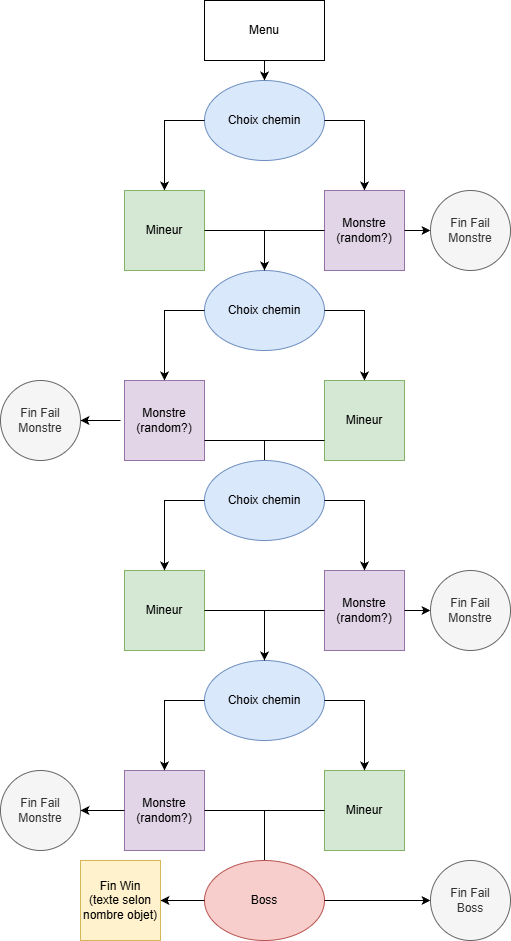
The draw.io diagram plan.png in Hulgodoo/TheCave, before a commit. Source tidied: cells renumbered, new cells last; positions are measured from the earlier drawing's top-left corner, leaving out a move shared by most shapes.
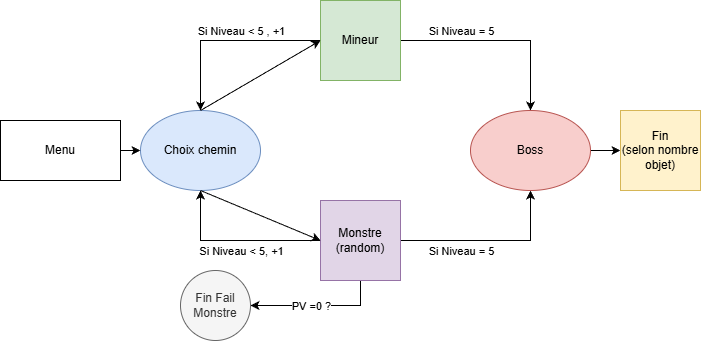
The same diagram one commit later.

Commit message:
simplification du plan

Diff of the diagram source:
```diff
@@ -3,214 +3,73 @@
     <mxCell id="0" />
     <mxCell id="1" parent="0" />
     <mxCell id="2" value="Menu" style="rounded=0;whiteSpace=wrap;html=1;direction=east;" parent="1" vertex="1">
-      <mxGeometry x="204" width="120" height="60" as="geometry" />
+      <mxGeometry x="-100" y="130" width="120" height="60" as="geometry" />
     </mxCell>
     <mxCell id="3" value="Choix chemin" style="ellipse;whiteSpace=wrap;html=1;fillColor=#dae8fc;strokeColor=#6c8ebf;direction=east;" parent="1" vertex="1">
-      <mxGeometry x="204" y="80" width="120" height="80" as="geometry" />
+      <mxGeometry x="40" y="120" width="120" height="80" as="geometry" />
     </mxCell>
+    <mxCell id="45" style="edgeStyle=orthogonalEdgeStyle;rounded=0;jettySize=auto;html=1;exitX=0;exitY=0.5;exitDx=0;exitDy=0;entryX=0.5;entryY=0;entryDx=0;entryDy=0;" parent="1" edge="1" source="4" target="3">
+      <mxGeometry relative="1" as="geometry" />
+    </mxCell>
+    <mxCell id="46" value="Si Niveau &amp;lt; 5 , +1" style="edgeLabel;html=1;align=center;verticalAlign=middle;" parent="45" vertex="1">
+      <mxGeometry x="0.18" y="-1" relative="1" as="geometry">
+        <mxPoint x="32" y="-9" as="offset" />
+      </mxGeometry>
+    </mxCell>
+    <mxCell id="47" style="edgeStyle=orthogonalEdgeStyle;rounded=0;jettySize=auto;html=1;exitX=1;exitY=0.5;exitDx=0;exitDy=0;entryX=0.5;entryY=0;entryDx=0;entryDy=0;" parent="1" edge="1" source="4" target="28">
+      <mxGeometry relative="1" as="geometry" />
+    </mxCell>
+    <mxCell id="48" value="Si Niveau = 5" style="edgeLabel;html=1;align=center;verticalAlign=middle;" parent="47" vertex="1">
+      <mxGeometry x="-0.63" y="1" relative="1" as="geometry">
+        <mxPoint x="23" y="-9" as="offset" />
+      </mxGeometry>
+    </mxCell>
     <mxCell id="4" value="Mineur" style="whiteSpace=wrap;html=1;fillColor=#d5e8d4;strokeColor=#82b366;direction=east;" parent="1" vertex="1">
-      <mxGeometry x="124" y="190" width="80" height="80" as="geometry" />
+      <mxGeometry x="220" y="10" width="80" height="80" as="geometry" />
     </mxCell>
+    <mxCell id="49" style="edgeStyle=orthogonalEdgeStyle;rounded=0;jettySize=auto;html=1;exitX=0.5;exitY=1;exitDx=0;exitDy=0;entryX=1;entryY=0.5;entryDx=0;entryDy=0;" parent="1" edge="1" source="5" target="39">
+      <mxGeometry relative="1" as="geometry" />
+    </mxCell>
+    <mxCell id="50" value="PV =0 ?" style="edgeLabel;html=1;align=center;verticalAlign=middle;" parent="49" vertex="1">
+      <mxGeometry x="0.6" y="-2" relative="1" as="geometry">
+        <mxPoint x="33" y="2" as="offset" />
+      </mxGeometry>
+    </mxCell>
+    <mxCell id="51" style="edgeStyle=orthogonalEdgeStyle;rounded=0;jettySize=auto;html=1;exitX=1;exitY=0.5;exitDx=0;exitDy=0;entryX=0.5;entryY=1;entryDx=0;entryDy=0;" parent="1" edge="1" source="5" target="28">
+      <mxGeometry relative="1" as="geometry" />
+    </mxCell>
+    <mxCell id="52" style="edgeStyle=orthogonalEdgeStyle;rounded=0;jettySize=auto;html=1;exitX=0;exitY=0.5;exitDx=0;exitDy=0;entryX=0.5;entryY=1;entryDx=0;entryDy=0;" parent="1" edge="1" source="5" target="3">
+      <mxGeometry relative="1" as="geometry" />
+    </mxCell>
-    <mxCell id="5" value="Monstre (random?)" style="whiteSpace=wrap;html=1;fillColor=#e1d5e7;strokeColor=#9673a6;direction=east;" parent="1" vertex="1">
-      <mxGeometry x="324" y="190" width="80" height="80" as="geometry" />
+    <mxCell id="5" value="Monstre (random)" style="whiteSpace=wrap;html=1;fillColor=#e1d5e7;strokeColor=#9673a6;direction=east;" parent="1" vertex="1">
+      <mxGeometry x="220" y="210" width="80" height="80" as="geometry" />
     </mxCell>
-    <mxCell id="6" style="endArrow=classic;html=1;rounded=0;entryX=0.5;entryY=0;entryDx=0;entryDy=0;exitX=0.5;exitY=0;exitDx=0;exitDy=0;" parent="1" edge="1" target="3">
-      <mxGeometry relative="1" as="geometry">
-        <mxPoint x="264" y="60" as="sourcePoint" />
-      </mxGeometry>
-    </mxCell>
+    <mxCell id="34" style="edgeStyle=orthogonalEdgeStyle;rounded=0;jettySize=auto;html=1;exitX=1;exitY=0.5;exitDx=0;exitDy=0;entryX=0;entryY=0.5;entryDx=0;entryDy=0;" parent="1" edge="1" source="28" target="29">
+      <mxGeometry relative="1" as="geometry" />
+    </mxCell>
+    <mxCell id="28" value="Boss" style="ellipse;whiteSpace=wrap;html=1;fillColor=#f8cecc;strokeColor=#b85450;direction=east;" parent="1" vertex="1">
+      <mxGeometry x="370" y="120" width="120" height="80" as="geometry" />
+    </mxCell>
+    <mxCell id="29" value="Fin&lt;br&gt;(selon nombre objet)" style="whiteSpace=wrap;html=1;fillColor=#fff2cc;strokeColor=#d6b656;direction=east;" parent="1" vertex="1">
+      <mxGeometry x="520" y="120" width="80" height="80" as="geometry" />
+    </mxCell>
+    <mxCell id="39" value="Fin Fail&lt;br&gt;Monstre" style="ellipse;whiteSpace=wrap;html=1;fillColor=#f5f5f5;fontColor=#333333;strokeColor=#666666;direction=east;" parent="1" vertex="1">
+      <mxGeometry x="80" y="280" width="70" height="70" as="geometry" />
+    </mxCell>
+    <mxCell id="53" style="endArrow=classic;html=1;rounded=0;exitX=1;exitY=0.5;exitDx=0;exitDy=0;entryX=0;entryY=0.5;entryDx=0;entryDy=0;" parent="1" edge="1" source="2" target="3">
+      <mxGeometry relative="1" as="geometry" />
+    </mxCell>
-    <mxCell id="7" style="endArrow=classic;html=1;rounded=0;exitX=0;exitY=0.5;exitDx=0;exitDy=0;entryX=0.5;entryY=0;entryDx=0;entryDy=0;" parent="1" edge="1" source="3" target="4">
-      <mxGeometry relative="1" as="geometry">
-        <Array as="points">
-          <mxPoint x="164" y="120" />
-        </Array>
-      </mxGeometry>
+    <mxCell id="7" style="endArrow=classic;html=1;rounded=0;exitX=0.5;exitY=0;exitDx=0;exitDy=0;entryX=0;entryY=0.5;entryDx=0;entryDy=0;" parent="1" edge="1" source="3" target="4">
+      <mxGeometry relative="1" as="geometry" />
     </mxCell>
-    <mxCell id="8" style="endArrow=classic;html=1;rounded=0;exitX=1;exitY=0.5;exitDx=0;exitDy=0;entryX=0.5;entryY=0;entryDx=0;entryDy=0;" parent="1" edge="1" source="3" target="5">
-      <mxGeometry relative="1" as="geometry">
-        <Array as="points">
-          <mxPoint x="364" y="120" />
-        </Array>
-      </mxGeometry>
+    <mxCell id="8" style="endArrow=classic;html=1;rounded=0;exitX=0.5;exitY=1;exitDx=0;exitDy=0;entryX=0;entryY=0.5;entryDx=0;entryDy=0;" parent="1" edge="1" source="3" target="5">
+      <mxGeometry relative="1" as="geometry" />
     </mxCell>
-    <mxCell id="9" value="Choix chemin" style="ellipse;whiteSpace=wrap;html=1;fillColor=#dae8fc;strokeColor=#6c8ebf;direction=east;" parent="1" vertex="1">
-      <mxGeometry x="204" y="270" width="120" height="80" as="geometry" />
-    </mxCell>
-    <mxCell id="10" value="Mineur" style="whiteSpace=wrap;html=1;fillColor=#d5e8d4;strokeColor=#82b366;direction=east;" parent="1" vertex="1">
-      <mxGeometry x="324" y="380" width="80" height="80" as="geometry" />
-    </mxCell>
-    <mxCell id="11" value="Monstre (random?)" style="whiteSpace=wrap;html=1;fillColor=#e1d5e7;strokeColor=#9673a6;direction=east;" parent="1" vertex="1">
-      <mxGeometry x="124" y="380" width="80" height="80" as="geometry" />
-    </mxCell>
-    <mxCell id="12" style="endArrow=classic;html=1;rounded=0;exitX=1;exitY=0.5;exitDx=0;exitDy=0;entryX=0.5;entryY=0;entryDx=0;entryDy=0;" parent="1" edge="1" source="4" target="9">
-      <mxGeometry relative="1" as="geometry">
-        <Array as="points">
-          <mxPoint x="264" y="230" />
-        </Array>
-      </mxGeometry>
-    </mxCell>
-    <mxCell id="13" style="endArrow=none;html=1;rounded=0;entryX=0;entryY=0.5;entryDx=0;entryDy=0;exitX=0;exitY=0.5;exitDx=0;exitDy=0;" parent="1" edge="1" target="5">
-      <mxGeometry relative="1" as="geometry">
-        <mxPoint x="264" y="270" as="sourcePoint" />
-        <Array as="points">
-          <mxPoint x="264" y="230" />
-        </Array>
-      </mxGeometry>
-    </mxCell>
-    <mxCell id="14" style="endArrow=classic;html=1;rounded=0;exitX=1;exitY=0.5;exitDx=0;exitDy=0;entryX=0.5;entryY=0;entryDx=0;entryDy=0;" parent="1" edge="1">
-      <mxGeometry relative="1" as="geometry">
-        <mxPoint x="204" y="440" as="sourcePoint" />
-        <mxPoint x="264" y="500" as="targetPoint" />
-        <Array as="points">
-          <mxPoint x="264" y="440" />
-        </Array>
-      </mxGeometry>
-    </mxCell>
-    <mxCell id="15" style="endArrow=none;html=1;rounded=0;exitX=0.5;exitY=0;exitDx=0;exitDy=0;entryX=0.5;entryY=0;entryDx=0;entryDy=0;" parent="1" edge="1" source="16">
-      <mxGeometry relative="1" as="geometry">
-        <mxPoint x="324" y="440" as="targetPoint" />
-        <Array as="points">
-          <mxPoint x="264" y="440" />
-        </Array>
-      </mxGeometry>
-    </mxCell>
-    <mxCell id="16" value="Choix chemin" style="ellipse;whiteSpace=wrap;html=1;fillColor=#dae8fc;strokeColor=#6c8ebf;direction=east;" parent="1" vertex="1">
-      <mxGeometry x="204" y="460" width="120" height="80" as="geometry" />
-    </mxCell>
-    <mxCell id="17" value="Mineur" style="whiteSpace=wrap;html=1;fillColor=#d5e8d4;strokeColor=#82b366;direction=east;" parent="1" vertex="1">
-      <mxGeometry x="124" y="570" width="80" height="80" as="geometry" />
-    </mxCell>
-    <mxCell id="18" value="Monstre (random?)" style="whiteSpace=wrap;html=1;fillColor=#e1d5e7;strokeColor=#9673a6;direction=east;" parent="1" vertex="1">
-      <mxGeometry x="324" y="570" width="80" height="80" as="geometry" />
-    </mxCell>
-    <mxCell id="19" style="endArrow=classic;html=1;rounded=0;exitX=0;exitY=0.5;exitDx=0;exitDy=0;entryX=0.5;entryY=0;entryDx=0;entryDy=0;" parent="1" edge="1" source="16" target="17">
-      <mxGeometry relative="1" as="geometry">
-        <Array as="points">
-          <mxPoint x="164" y="500" />
-        </Array>
-      </mxGeometry>
-    </mxCell>
-    <mxCell id="20" style="endArrow=classic;html=1;rounded=0;exitX=1;exitY=0.5;exitDx=0;exitDy=0;entryX=0.5;entryY=0;entryDx=0;entryDy=0;" parent="1" edge="1" source="16" target="18">
-      <mxGeometry relative="1" as="geometry">
-        <Array as="points">
-          <mxPoint x="364" y="500" />
-        </Array>
-      </mxGeometry>
-    </mxCell>
-    <mxCell id="21" value="Choix chemin" style="ellipse;whiteSpace=wrap;html=1;fillColor=#dae8fc;strokeColor=#6c8ebf;direction=east;" parent="1" vertex="1">
-      <mxGeometry x="204" y="660" width="120" height="80" as="geometry" />
-    </mxCell>
-    <mxCell id="22" value="Mineur" style="whiteSpace=wrap;html=1;fillColor=#d5e8d4;strokeColor=#82b366;direction=east;" parent="1" vertex="1">
-      <mxGeometry x="324" y="770" width="80" height="80" as="geometry" />
-    </mxCell>
-    <mxCell id="23" value="Monstre (random?)" style="whiteSpace=wrap;html=1;fillColor=#e1d5e7;strokeColor=#9673a6;direction=east;" parent="1" vertex="1">
-      <mxGeometry x="124" y="770" width="80" height="80" as="geometry" />
-    </mxCell>
-    <mxCell id="24" style="endArrow=classic;html=1;rounded=0;exitX=1;exitY=0.5;exitDx=0;exitDy=0;entryX=0.5;entryY=0;entryDx=0;entryDy=0;" parent="1" edge="1" source="17" target="21">
-      <mxGeometry relative="1" as="geometry">
-        <Array as="points">
-          <mxPoint x="264" y="610" />
-          <mxPoint x="264" y="650" />
-        </Array>
-      </mxGeometry>
-    </mxCell>
-    <mxCell id="25" style="endArrow=none;html=1;rounded=0;exitX=0.5;exitY=0;exitDx=0;exitDy=0;entryX=0;entryY=0.5;entryDx=0;entryDy=0;" parent="1" edge="1" source="21" target="18">
-      <mxGeometry relative="1" as="geometry">
-        <Array as="points">
-          <mxPoint x="264" y="610" />
-        </Array>
-      </mxGeometry>
-    </mxCell>
-    <mxCell id="26" style="endArrow=classic;html=1;rounded=0;exitX=1;exitY=0.5;exitDx=0;exitDy=0;entryX=0.5;entryY=0;entryDx=0;entryDy=0;" parent="1" edge="1">
-      <mxGeometry relative="1" as="geometry">
-        <mxPoint x="204" y="810" as="sourcePoint" />
-        <mxPoint x="264" y="870" as="targetPoint" />
-        <Array as="points">
-          <mxPoint x="264" y="810" />
-        </Array>
-      </mxGeometry>
-    </mxCell>
-    <mxCell id="27" style="endArrow=none;html=1;rounded=0;exitX=0.5;exitY=0;exitDx=0;exitDy=0;entryX=0.5;entryY=0;entryDx=0;entryDy=0;" parent="1" edge="1" source="28">
-      <mxGeometry relative="1" as="geometry">
-        <mxPoint x="324" y="810" as="targetPoint" />
-        <Array as="points">
-          <mxPoint x="264" y="810" />
-        </Array>
-      </mxGeometry>
-    </mxCell>
-    <mxCell id="28" value="Boss" style="ellipse;whiteSpace=wrap;html=1;fillColor=#f8cecc;strokeColor=#b85450;direction=east;" parent="1" vertex="1">
-      <mxGeometry x="204" y="860" width="120" height="80" as="geometry" />
-    </mxCell>
-    <mxCell id="29" value="Fin Win&lt;br&gt;(texte selon nombre objet)" style="whiteSpace=wrap;html=1;fillColor=#fff2cc;strokeColor=#d6b656;direction=east;" parent="1" vertex="1">
-      <mxGeometry x="80" y="860" width="80" height="80" as="geometry" />
-    </mxCell>
-    <mxCell id="30" value="Fin Fail&lt;br&gt;Boss" style="ellipse;whiteSpace=wrap;html=1;fillColor=#f5f5f5;fontColor=#333333;strokeColor=#666666;direction=east;" parent="1" vertex="1">
-      <mxGeometry x="430" y="860" width="80" height="80" as="geometry" />
-    </mxCell>
-    <mxCell id="31" value="Fin Fail&lt;br&gt;Monstre" style="ellipse;whiteSpace=wrap;html=1;fillColor=#f5f5f5;fontColor=#333333;strokeColor=#666666;direction=east;" parent="1" vertex="1">
-      <mxGeometry y="770" width="80" height="80" as="geometry" />
-    </mxCell>
-    <mxCell id="32" value="Fin Fail&lt;br&gt;Monstre" style="ellipse;whiteSpace=wrap;html=1;fillColor=#f5f5f5;fontColor=#333333;strokeColor=#666666;direction=east;" parent="1" vertex="1">
-      <mxGeometry x="430" y="570" width="80" height="80" as="geometry" />
-    </mxCell>
-    <mxCell id="33" value="Fin Fail&lt;br&gt;Monstre" style="ellipse;whiteSpace=wrap;html=1;fillColor=#f5f5f5;fontColor=#333333;strokeColor=#666666;direction=east;" parent="1" vertex="1">
-      <mxGeometry y="380" width="80" height="80" as="geometry" />
-    </mxCell>
-    <mxCell id="34" style="endArrow=classic;html=1;rounded=0;exitX=0;exitY=0.5;exitDx=0;exitDy=0;entryX=1;entryY=0.5;entryDx=0;entryDy=0;" parent="1" edge="1" source="28" target="29">
-      <mxGeometry relative="1" as="geometry" />
-    </mxCell>
-    <mxCell id="35" style="endArrow=classic;html=1;rounded=0;exitX=1;exitY=0.5;exitDx=0;exitDy=0;entryX=0;entryY=0.5;entryDx=0;entryDy=0;" parent="1" edge="1" source="28" target="30">
-      <mxGeometry relative="1" as="geometry" />
-    </mxCell>
-    <mxCell id="36" style="endArrow=classic;html=1;rounded=0;exitX=0;exitY=0.5;exitDx=0;exitDy=0;entryX=0;entryY=0.5;entryDx=0;entryDy=0;" parent="1" edge="1" source="23">
-      <mxGeometry relative="1" as="geometry">
-        <mxPoint x="80" y="810" as="targetPoint" />
-      </mxGeometry>
-    </mxCell>
-    <mxCell id="37" style="endArrow=classic;html=1;rounded=0;exitX=1;exitY=0.5;exitDx=0;exitDy=0;entryX=0;entryY=0.5;entryDx=0;entryDy=0;" parent="1" edge="1" source="18" target="32">
-      <mxGeometry relative="1" as="geometry" />
-    </mxCell>
-    <mxCell id="38" style="endArrow=classic;html=1;rounded=0;" parent="1" edge="1">
-      <mxGeometry relative="1" as="geometry">
-        <mxPoint x="120" y="420" as="sourcePoint" />
-        <mxPoint x="80" y="420" as="targetPoint" />
-      </mxGeometry>
-    </mxCell>
-    <mxCell id="39" value="Fin Fail&lt;br&gt;Monstre" style="ellipse;whiteSpace=wrap;html=1;fillColor=#f5f5f5;fontColor=#333333;strokeColor=#666666;direction=east;" parent="1" vertex="1">
-      <mxGeometry x="430" y="190" width="80" height="80" as="geometry" />
-    </mxCell>
-    <mxCell id="40" style="endArrow=classic;html=1;rounded=0;exitX=0;exitY=0.5;exitDx=0;exitDy=0;entryX=0;entryY=0.5;entryDx=0;entryDy=0;" parent="1" edge="1" target="39">
-      <mxGeometry relative="1" as="geometry">
-        <mxPoint x="404" y="230" as="sourcePoint" />
-      </mxGeometry>
-    </mxCell>
-    <mxCell id="41" style="endArrow=classic;html=1;rounded=0;entryX=0.5;entryY=0;entryDx=0;entryDy=0;exitX=1;exitY=0.5;exitDx=0;exitDy=0;" parent="1" edge="1" source="21" target="22">
-      <mxGeometry relative="1" as="geometry">
-        <Array as="points">
-          <mxPoint x="364" y="700" />
-        </Array>
-      </mxGeometry>
-    </mxCell>
-    <mxCell id="42" style="endArrow=classic;html=1;rounded=0;exitX=0;exitY=0.5;exitDx=0;exitDy=0;entryX=0.5;entryY=0;entryDx=0;entryDy=0;" parent="1" edge="1" source="21" target="23">
-      <mxGeometry relative="1" as="geometry">
-        <Array as="points">
-          <mxPoint x="164" y="700" />
-        </Array>
-      </mxGeometry>
-    </mxCell>
-    <mxCell id="43" style="endArrow=classic;html=1;rounded=0;exitX=1;exitY=0.5;exitDx=0;exitDy=0;entryX=0.5;entryY=0;entryDx=0;entryDy=0;" parent="1" edge="1" source="9" target="10">
-      <mxGeometry relative="1" as="geometry">
-        <Array as="points">
-          <mxPoint x="364" y="310" />
-        </Array>
-      </mxGeometry>
-    </mxCell>
-    <mxCell id="44" style="endArrow=classic;html=1;rounded=0;exitX=0;exitY=0.5;exitDx=0;exitDy=0;entryX=0.5;entryY=0;entryDx=0;entryDy=0;" parent="1" edge="1" source="9" target="11">
-      <mxGeometry relative="1" as="geometry">
-        <Array as="points">
-          <mxPoint x="164" y="310" />
-        </Array>
-      </mxGeometry>
-    </mxCell>
+    <mxCell id="54" value="Si Niveau = 5" style="edgeLabel;html=1;align=center;verticalAlign=middle;" parent="1" vertex="1">
+      <mxGeometry x="360" y="260" as="geometry" />
+    </mxCell>
+    <mxCell id="55" value="Si Niveau &amp;lt; 5, +1" style="edgeLabel;html=1;align=center;verticalAlign=middle;" parent="1" vertex="1">
+      <mxGeometry x="140" y="260" as="geometry" />
+    </mxCell>
   </root>
 </mxGraphModel>
```
